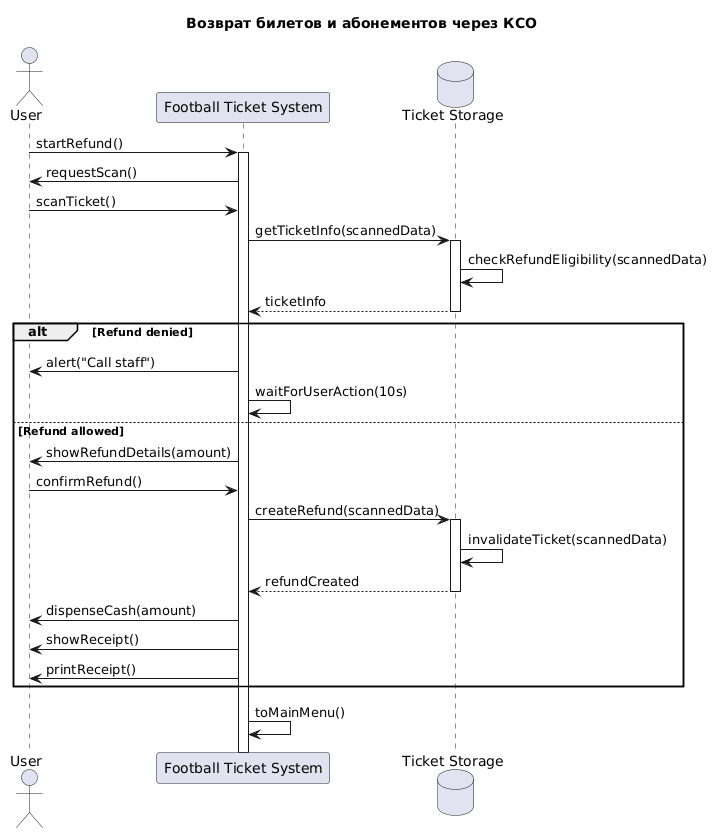
Earlier version of the PlantUML export source/Диаграмма последовательности - Возврат покупок и абонементов.png (penamarth/bsbo-11-24_team5_var10_football).
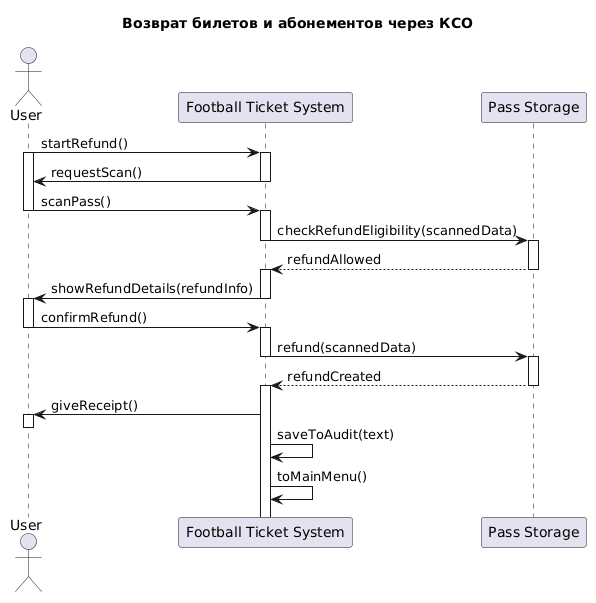
Above is the later version.

Diff of the diagram source:
```diff
@@ -3,36 +3,47 @@
 
 actor "User" as User
 participant "Football Ticket System" as FTS
-database "Ticket Storage" as TicketStorage
+participant "Pass Storage" as PassStorage
 
 User -> FTS : startRefund()
+activate User
 activate FTS
+
 FTS -> User : requestScan()
-User -> FTS : scanTicket()
+deactivate FTS
 
-FTS -> TicketStorage : getTicketInfo(scannedData)
-activate TicketStorage
-TicketStorage -> TicketStorage : checkRefundEligibility(scannedData)
-TicketStorage --> FTS : ticketInfo
-deactivate TicketStorage
+User -> FTS : scanPass()
+activate FTS
+deactivate User
 
-alt Refund denied
-    FTS -> User : alert("Call staff")
-    FTS -> FTS : waitForUserAction(10s)
-else Refund allowed
-    FTS -> User : showRefundDetails(amount)
-    User -> FTS : confirmRefund()
+FTS -> PassStorage : checkRefundEligibility(scannedData)
+activate PassStorage
+deactivate FTS
+PassStorage --> FTS : refundAllowed
+deactivate PassStorage
+activate FTS
 
-    FTS -> TicketStorage : createRefund(scannedData)
-    activate TicketStorage
-    TicketStorage -> TicketStorage : invalidateTicket(scannedData)
-    TicketStorage --> FTS : refundCreated
-    deactivate TicketStorage
+FTS -> User : showRefundDetails(refundInfo)
+deactivate FTS
+activate User
 
-    FTS -> User : dispenseCash(amount)
-    FTS -> User : showReceipt()
-    FTS -> User : printReceipt()
-end
+User -> FTS : confirmRefund()
+activate FTS
+deactivate User
+
+FTS -> PassStorage : refund(scannedData)
+activate PassStorage
+deactivate FTS
+
+PassStorage --> FTS : refundCreated
+deactivate PassStorage
+activate FTS
+
+FTS -> User : giveReceipt()
+activate User
+deactivate User
+
+FTS -> FTS : saveToAudit(text)
 
 FTS -> FTS : toMainMenu()
 @enduml
```
